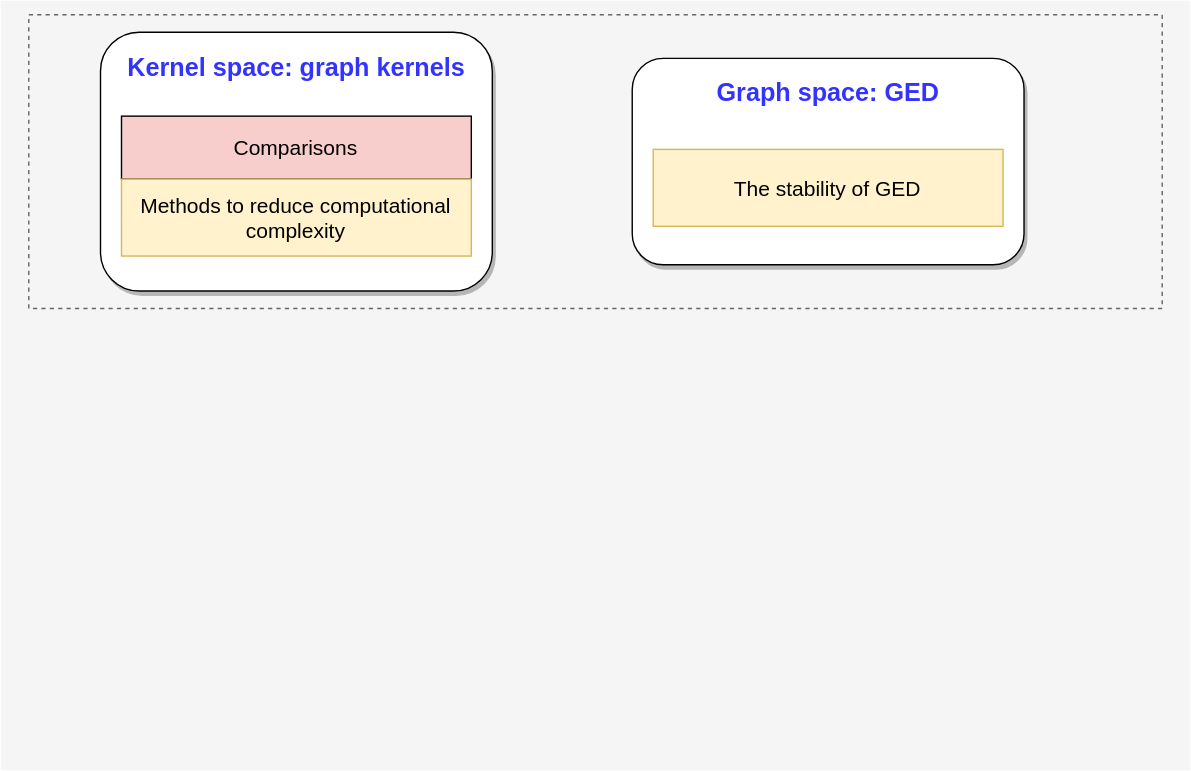
Above: architecture.svg in jajupmochi/phd_thesis (draw.io), before the change. Source tidied: cells renumbered, new cells last; positions are measured from the earlier drawing's top-left corner, leaving out a move shared by most shapes.
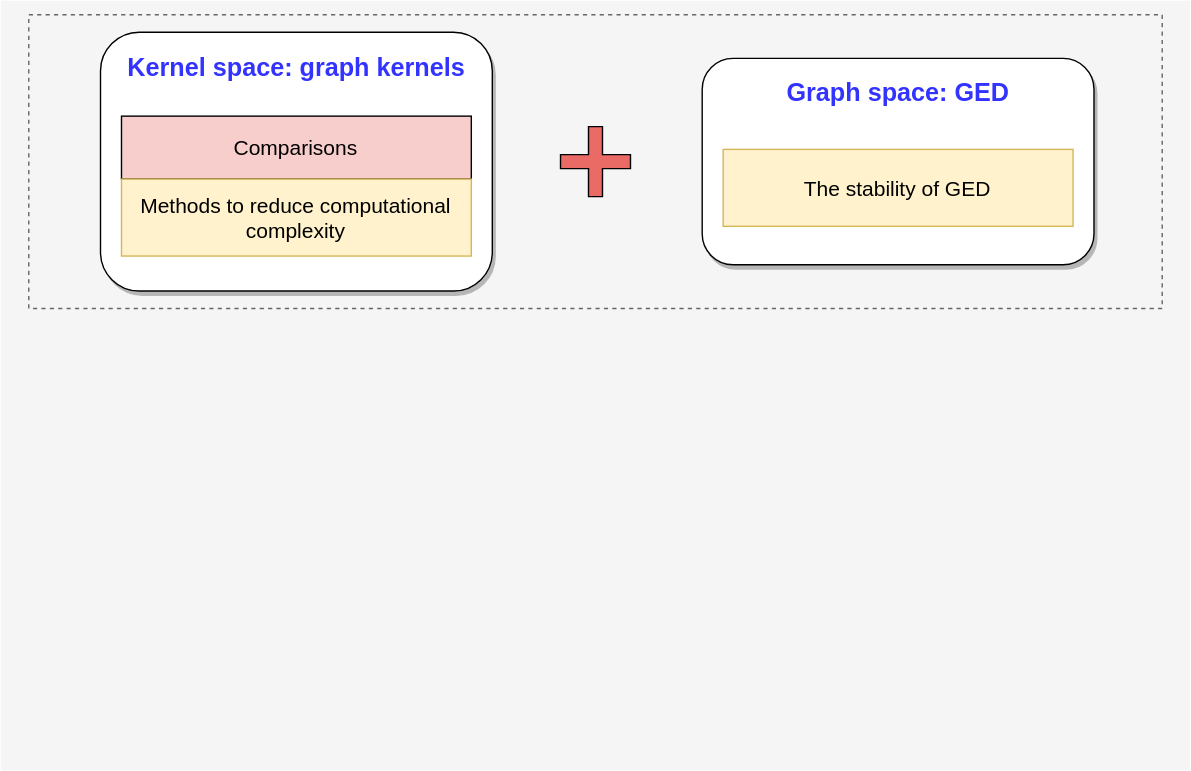
After the commit.

The edit, as a diff of the source:
```diff
@@ -21,13 +21,16 @@
       <mxGeometry x="86.2" y="127.5" width="250" height="55" as="geometry" />
     </mxCell>
     <mxCell id="8" style="rounded=1;whiteSpace=wrap;html=1;shadow=1;glass=0;sketch=0;strokeColor=#000000;fillColor=#ffffff;align=left;" parent="1" vertex="1">
-      <mxGeometry x="451.2" y="41.2" width="280" height="147.5" as="geometry" />
+      <mxGeometry x="501.2" y="41.2" width="280" height="147.5" as="geometry" />
     </mxCell>
     <mxCell id="9" value="&lt;h1 style=&quot;font-size: 18px&quot;&gt;Graph space: GED&lt;br&gt;&lt;/h1&gt;" style="text;html=1;strokeColor=none;fillColor=none;spacing=5;spacingTop=-20;whiteSpace=wrap;overflow=hidden;rounded=0;shadow=1;glass=0;dashed=1;sketch=0;align=center;verticalAlign=middle;fontColor=#3333FF;" parent="1" vertex="1">
-      <mxGeometry x="440" y="41.2" width="302.5" height="70" as="geometry" />
+      <mxGeometry x="490" y="41.2" width="302.5" height="70" as="geometry" />
     </mxCell>
     <mxCell id="10" value="&lt;font style=&quot;font-size: 15px&quot;&gt;The stability of GED&lt;/font&gt;" style="text;html=1;align=center;verticalAlign=middle;whiteSpace=wrap;rounded=0;shadow=0;glass=0;sketch=0;fillColor=#fff2cc;strokeColor=#d6b656;" parent="1" vertex="1">
-      <mxGeometry x="466.2" y="106.2" width="250" height="55" as="geometry" />
+      <mxGeometry x="516.2" y="106.2" width="250" height="55" as="geometry" />
     </mxCell>
+    <mxCell id="11" style="shape=cross;whiteSpace=wrap;html=1;rounded=1;shadow=0;glass=0;sketch=0;fontColor=#3333FF;strokeColor=#000000;fillColor=#EA6B66;align=center;verticalAlign=middle;" parent="1" vertex="1">
+      <mxGeometry x="400" y="90" width="50" height="50" as="geometry" />
+    </mxCell>
   </root>
 </mxGraphModel>
```
